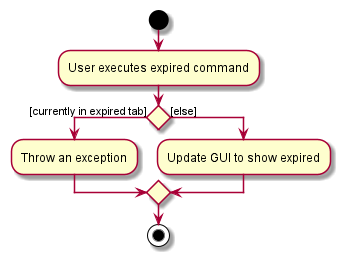
The PlantUML diagram docs/images/ExpiredActivityDiagram.png in nus-cs2103-AY2021S2/tp, before a commit.
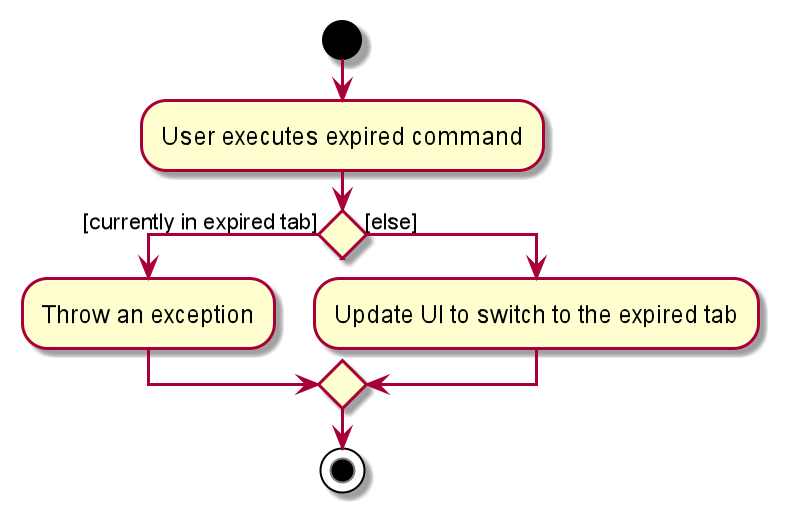
The same file after the commit.

Change to the diagram source:
```diff
@@ -6,7 +6,7 @@
 if () then ([currently in expired tab])
 :Throw an exception;
 else ([else])
-:Update GUI to show expired;
+:Update UI to switch to the expired tab;
 endif
 
 stop
```
